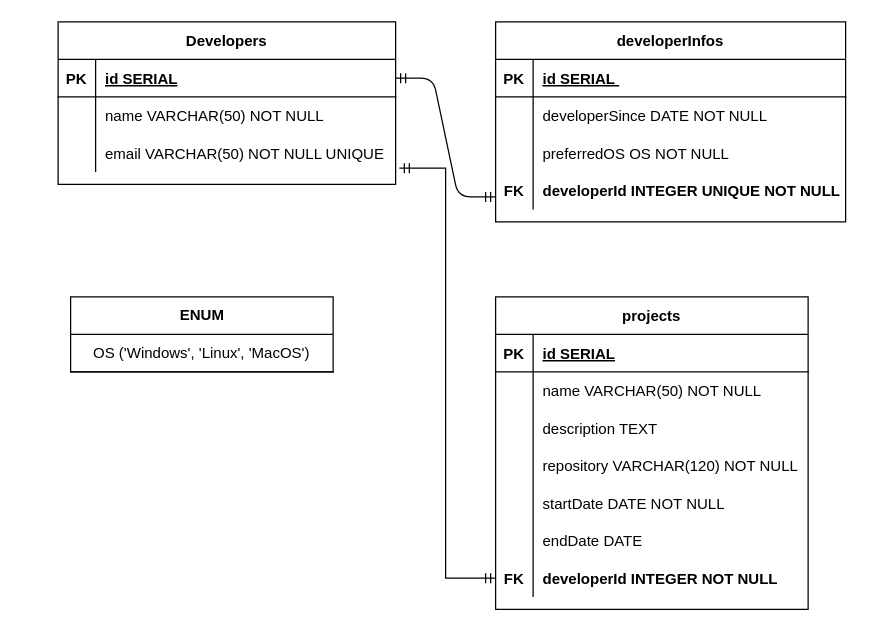
renanxr/git_kenzie_aula keeps this draw.io diagram as Diagrama sem nome.drawio. Above is the earlier version. Source tidied: cells renumbered, new cells numbered last; positions are measured from the earlier drawing's top-left corner, leaving out a move shared by most shapes. Both pictures are drawn from the tidied source at 125%, with x=0, y=0 at pixel (58, 21).
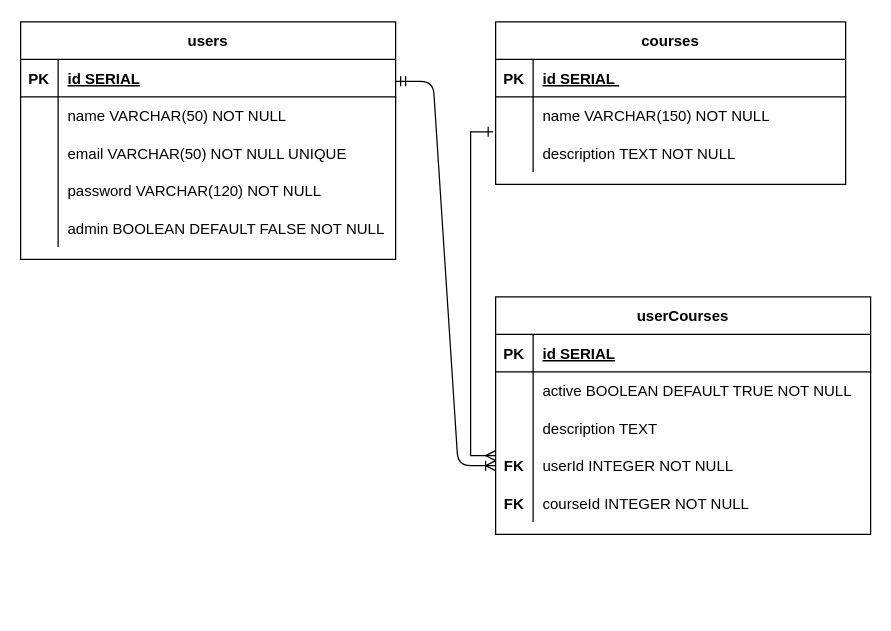
The same diagram, later.

The change refers to these unchanged cells:
```xml
<mxCell id="7" style="shape=partialRectangle;fillColor=none;top=0;left=0;right=0;bottom=0;" parent="3" vertex="1">
  <mxGeometry y="60" width="280" height="30" as="geometry" />
</mxCell>
<mxCell id="10" style="shape=partialRectangle;fillColor=none;points=[[0,0.5],[1,0.5]];portConstraint=eastwest;top=0;left=0;right=0;bottom=0;" parent="3" vertex="1">
  <mxGeometry y="90" width="280" height="30" as="geometry" />
</mxCell>
```

The edit, as a diff of the source:
```diff
@@
-    <mxCell id="2" style="edgeStyle=entityRelationEdgeStyle;endArrow=ERmandOne;startArrow=ERmandOne;endFill=0;startFill=0;exitX=1;exitY=0.5;exitDx=0;exitDy=0;" parent="1" edge="1" source="40">
+    <mxCell id="2" style="edgeStyle=entityRelationEdgeStyle;endArrow=ERoneToMany;startArrow=ERmandOne;endFill=0;startFill=0;exitX=1;exitY=0.5;exitDx=0;exitDy=0;entryX=0;entryY=0.5;entryDx=0;entryDy=0;" parent="1" edge="1" target="26">
       <mxGeometry relative="1" as="geometry">
-        <mxPoint x="350" y="140" as="targetPoint" />
+        <mxPoint x="270" y="47.5" as="sourcePoint" />
       </mxGeometry>
     </mxCell>
+    <mxCell id="52" style="edgeStyle=orthogonalEdgeStyle;rounded=0;jettySize=auto;html=1;entryX=0;entryY=0.233;entryDx=0;entryDy=0;entryPerimeter=0;exitX=-0.007;exitY=-0.067;exitDx=0;exitDy=0;exitPerimeter=0;startArrow=ERone;startFill=0;endArrow=ERmany;endFill=0;" parent="1" edge="1" source="10" target="26">
+      <mxGeometry relative="1" as="geometry">
+        <Array as="points">
+          <mxPoint x="330" y="88" />
+          <mxPoint x="330" y="347" />
+        </Array>
+      </mxGeometry>
+    </mxCell>
-    <mxCell id="3" value="developerInfos" style="shape=table;startSize=30;childLayout=tableLayout;rowLines=0;fontStyle=1;align=center;" parent="1" vertex="1">
-      <mxGeometry x="350" width="280" height="160" as="geometry" />
+    <mxCell id="3" value="courses" style="shape=table;startSize=30;childLayout=tableLayout;rowLines=0;fontStyle=1;align=center;" parent="1" vertex="1">
+      <mxGeometry x="350" width="280" height="130" as="geometry" />
     </mxCell>
@@
-    <mxCell id="9" value="developerSince DATE NOT NULL" style="shape=partialRectangle;overflow=hidden;fillColor=none;top=0;left=0;bottom=0;right=0;align=left;spacingLeft=6;" parent="7" vertex="1">
+    <mxCell id="9" value="name VARCHAR(150) NOT NULL" style="shape=partialRectangle;overflow=hidden;fillColor=none;top=0;left=0;bottom=0;right=0;align=left;spacingLeft=6;" parent="7" vertex="1">
       <mxGeometry x="30" width="250" height="30" as="geometry" />
     </mxCell>
@@
-    <mxCell id="12" value="preferredOS OS NOT NULL" style="shape=partialRectangle;overflow=hidden;fillColor=none;top=0;left=0;bottom=0;right=0;align=left;spacingLeft=6;" parent="10" vertex="1">
+    <mxCell id="12" value="description TEXT NOT NULL" style="shape=partialRectangle;overflow=hidden;fillColor=none;top=0;left=0;bottom=0;right=0;align=left;spacingLeft=6;" parent="10" vertex="1">
       <mxGeometry x="30" width="250" height="30" as="geometry" />
     </mxCell>
-    <mxCell id="13" style="shape=partialRectangle;fillColor=none;top=0;left=0;right=0;bottom=0;" parent="3" vertex="1">
-      <mxGeometry y="120" width="280" height="30" as="geometry" />
-    </mxCell>
-    <mxCell id="14" value="FK" style="shape=partialRectangle;overflow=hidden;fillColor=none;top=0;left=0;bottom=0;right=0;fontStyle=1;" parent="13" vertex="1">
-      <mxGeometry width="30" height="30" as="geometry" />
-    </mxCell>
-    <mxCell id="15" value="developerId INTEGER UNIQUE NOT NULL" style="shape=partialRectangle;overflow=hidden;fillColor=none;top=0;left=0;bottom=0;right=0;align=left;spacingLeft=6;fontStyle=1;" parent="13" vertex="1">
-      <mxGeometry x="30" width="250" height="30" as="geometry" />
-    </mxCell>
-    <mxCell id="16" value="projects" style="shape=table;startSize=30;childLayout=tableLayout;rowLines=0;fontStyle=1;align=center;" parent="1" vertex="1">
-      <mxGeometry x="350" y="220" width="250" height="250" as="geometry" />
+    <mxCell id="16" value="userCourses" style="shape=table;startSize=30;childLayout=tableLayout;rowLines=0;fontStyle=1;align=center;" parent="1" vertex="1">
+      <mxGeometry x="350" y="220" width="300" height="190" as="geometry" />
     </mxCell>
     <mxCell id="17" style="shape=partialRectangle;fillColor=none;top=0;left=0;right=0;bottom=1;" parent="16" vertex="1">
-      <mxGeometry y="30" width="250" height="30" as="geometry" />
+      <mxGeometry y="30" width="300" height="30" as="geometry" />
     </mxCell>
@@
     <mxCell id="19" value="id SERIAL " style="shape=partialRectangle;overflow=hidden;fillColor=none;top=0;left=0;bottom=0;right=0;align=left;spacingLeft=6;fontStyle=5;" parent="17" vertex="1">
-      <mxGeometry x="30" width="220" height="30" as="geometry" />
+      <mxGeometry x="30" width="270" height="30" as="geometry" />
     </mxCell>
     <mxCell id="20" style="shape=partialRectangle;fillColor=none;top=0;left=0;right=0;bottom=0;" parent="16" vertex="1">
-      <mxGeometry y="60" width="250" height="30" as="geometry" />
+      <mxGeometry y="60" width="300" height="30" as="geometry" />
     </mxCell>
@@
-    <mxCell id="22" value="name VARCHAR(50) NOT NULL" style="shape=partialRectangle;overflow=hidden;fillColor=none;top=0;left=0;bottom=0;right=0;align=left;spacingLeft=6;" parent="20" vertex="1">
-      <mxGeometry x="30" width="220" height="30" as="geometry" />
+    <mxCell id="22" value="active BOOLEAN DEFAULT TRUE NOT NULL" style="shape=partialRectangle;overflow=hidden;fillColor=none;top=0;left=0;bottom=0;right=0;align=left;spacingLeft=6;" parent="20" vertex="1">
+      <mxGeometry x="30" width="270" height="30" as="geometry" />
     </mxCell>
     <mxCell id="23" style="shape=partialRectangle;fillColor=none;top=0;left=0;right=0;bottom=0;" parent="16" vertex="1">
-      <mxGeometry y="90" width="250" height="30" as="geometry" />
+      <mxGeometry y="90" width="300" height="30" as="geometry" />
     </mxCell>
@@
     <mxCell id="25" value="description TEXT" style="shape=partialRectangle;overflow=hidden;fillColor=none;top=0;left=0;bottom=0;right=0;align=left;spacingLeft=6;" parent="23" vertex="1">
-      <mxGeometry x="30" width="220" height="30" as="geometry" />
+      <mxGeometry x="30" width="270" height="30" as="geometry" />
     </mxCell>
     <mxCell id="26" style="shape=partialRectangle;fillColor=none;points=[[0,0.5],[1,0.5]];portConstraint=eastwest;top=0;left=0;right=0;bottom=0;" parent="16" vertex="1">
-      <mxGeometry y="120" width="250" height="30" as="geometry" />
+      <mxGeometry y="120" width="300" height="30" as="geometry" />
     </mxCell>
-    <mxCell id="27" style="shape=partialRectangle;overflow=hidden;fillColor=none;top=0;left=0;bottom=0;right=0;" parent="26" vertex="1">
+    <mxCell id="27" value="FK" style="shape=partialRectangle;overflow=hidden;fillColor=none;top=0;left=0;bottom=0;right=0;fontStyle=1;" parent="26" vertex="1">
       <mxGeometry width="30" height="30" as="geometry" />
     </mxCell>
-    <mxCell id="28" value="repository VARCHAR(120) NOT NULL" style="shape=partialRectangle;overflow=hidden;fillColor=none;top=0;left=0;bottom=0;right=0;align=left;spacingLeft=6;" parent="26" vertex="1">
-      <mxGeometry x="30" width="220" height="30" as="geometry" />
+    <mxCell id="28" value="userId INTEGER NOT NULL" style="shape=partialRectangle;overflow=hidden;fillColor=none;top=0;left=0;bottom=0;right=0;align=left;spacingLeft=6;" parent="26" vertex="1">
+      <mxGeometry x="30" width="270" height="30" as="geometry" />
     </mxCell>
     <mxCell id="29" style="shape=partialRectangle;fillColor=none;top=0;left=0;right=0;bottom=0;" parent="16" vertex="1">
-      <mxGeometry y="150" width="250" height="30" as="geometry" />
+      <mxGeometry y="150" width="300" height="30" as="geometry" />
     </mxCell>
-    <mxCell id="30" style="shape=partialRectangle;overflow=hidden;fillColor=none;top=0;left=0;bottom=0;right=0;" parent="29" vertex="1">
+    <mxCell id="30" value="FK" style="shape=partialRectangle;overflow=hidden;fillColor=none;top=0;left=0;bottom=0;right=0;fontStyle=1;" parent="29" vertex="1">
       <mxGeometry width="30" height="30" as="geometry" />
     </mxCell>
-    <mxCell id="31" value="startDate DATE NOT NULL" style="shape=partialRectangle;overflow=hidden;fillColor=none;top=0;left=0;bottom=0;right=0;align=left;spacingLeft=6;" parent="29" vertex="1">
-      <mxGeometry x="30" width="220" height="30" as="geometry" />
+    <mxCell id="31" value="courseId INTEGER NOT NULL" style="shape=partialRectangle;overflow=hidden;fillColor=none;top=0;left=0;bottom=0;right=0;align=left;spacingLeft=6;" parent="29" vertex="1">
+      <mxGeometry x="30" width="270" height="30" as="geometry" />
     </mxCell>
-    <mxCell id="32" style="shape=partialRectangle;fillColor=none;top=0;left=0;right=0;bottom=0;" parent="16" vertex="1">
-      <mxGeometry y="180" width="250" height="30" as="geometry" />
-    </mxCell>
-    <mxCell id="33" style="shape=partialRectangle;overflow=hidden;fillColor=none;top=0;left=0;bottom=0;right=0;" parent="32" vertex="1">
-      <mxGeometry width="30" height="30" as="geometry" />
-    </mxCell>
-    <mxCell id="34" value="endDate DATE" style="shape=partialRectangle;overflow=hidden;fillColor=none;top=0;left=0;bottom=0;right=0;align=left;spacingLeft=6;" parent="32" vertex="1">
-      <mxGeometry x="30" width="220" height="30" as="geometry" />
-    </mxCell>
-    <mxCell id="35" style="shape=partialRectangle;fillColor=none;points=[[0,0.5],[1,0.5]];portConstraint=eastwest;top=0;left=0;right=0;bottom=0;" parent="16" vertex="1">
-      <mxGeometry y="210" width="250" height="30" as="geometry" />
-    </mxCell>
-    <mxCell id="36" value="FK" style="shape=partialRectangle;overflow=hidden;fillColor=none;top=0;left=0;bottom=0;right=0;fontStyle=1;" parent="35" vertex="1">
-      <mxGeometry width="30" height="30" as="geometry" />
-    </mxCell>
-    <mxCell id="37" value="developerId INTEGER NOT NULL" style="shape=partialRectangle;overflow=hidden;fillColor=none;top=0;left=0;bottom=0;right=0;align=left;spacingLeft=6;fontStyle=1;" parent="35" vertex="1">
-      <mxGeometry x="30" width="220" height="30" as="geometry" />
-    </mxCell>
-    <mxCell id="38" style="edgeStyle=orthogonalEdgeStyle;rounded=0;jettySize=auto;html=1;exitX=1.011;exitY=0.9;exitDx=0;exitDy=0;entryX=0;entryY=0.5;entryDx=0;entryDy=0;fontFamily=Helvetica;fontSize=12;fontColor=default;startSize=6;startArrow=ERmandOne;startFill=0;endArrow=ERmandOne;endFill=0;exitPerimeter=0;" parent="1" edge="1" source="46" target="35">
+    <mxCell id="38" style="edgeStyle=orthogonalEdgeStyle;rounded=0;jettySize=auto;html=1;exitX=1.011;exitY=0.9;exitDx=0;exitDy=0;entryX=0;entryY=0.5;entryDx=0;entryDy=0;fontFamily=Helvetica;fontSize=12;fontColor=default;startSize=6;startArrow=ERmandOne;startFill=0;endArrow=ERmandOne;endFill=0;exitPerimeter=0;" parent="1" edge="1" source="46">
       <mxGeometry relative="1" as="geometry" />
     </mxCell>
-    <mxCell id="39" value="Developers" style="shape=table;startSize=30;childLayout=tableLayout;rowLines=0;fontStyle=1;align=center;" parent="1" vertex="1">
-      <mxGeometry width="270" height="130" as="geometry" />
+    <mxCell id="39" value="users" style="shape=table;startSize=30;childLayout=tableLayout;rowLines=0;fontStyle=1;align=center;" parent="1" vertex="1">
+      <mxGeometry x="-30" width="300" height="190" as="geometry" />
     </mxCell>
     <mxCell id="40" style="shape=partialRectangle;fillColor=none;points=[[0,0.5],[1,0.5]];portConstraint=eastwest;top=0;left=0;right=0;bottom=1;" parent="39" vertex="1">
-      <mxGeometry y="30" width="270" height="30" as="geometry" />
+      <mxGeometry y="30" width="300" height="30" as="geometry" />
     </mxCell>
@@
     <mxCell id="42" value="id SERIAL" style="shape=partialRectangle;overflow=hidden;fillColor=none;top=0;left=0;bottom=0;right=0;align=left;spacingLeft=6;fontStyle=5;" parent="40" vertex="1">
-      <mxGeometry x="30" width="240" height="30" as="geometry" />
+      <mxGeometry x="30" width="270" height="30" as="geometry" />
     </mxCell>
     <mxCell id="43" style="shape=partialRectangle;fillColor=none;top=0;left=0;right=0;bottom=0;" parent="39" vertex="1">
-      <mxGeometry y="60" width="270" height="30" as="geometry" />
+      <mxGeometry y="60" width="300" height="30" as="geometry" />
     </mxCell>
@@
     <mxCell id="45" value="name VARCHAR(50) NOT NULL" style="shape=partialRectangle;overflow=hidden;fillColor=none;top=0;left=0;bottom=0;right=0;align=left;spacingLeft=6;" parent="43" vertex="1">
-      <mxGeometry x="30" width="240" height="30" as="geometry" />
+      <mxGeometry x="30" width="270" height="30" as="geometry" />
     </mxCell>
     <mxCell id="46" style="shape=partialRectangle;fillColor=none;points=[[0,0.5],[1,0.5]];portConstraint=eastwest;top=0;left=0;right=0;bottom=0;" parent="39" vertex="1">
-      <mxGeometry y="90" width="270" height="30" as="geometry" />
+      <mxGeometry y="90" width="300" height="30" as="geometry" />
     </mxCell>
@@
     <mxCell id="48" value="email VARCHAR(50) NOT NULL UNIQUE" style="shape=partialRectangle;overflow=hidden;fillColor=none;top=0;left=0;bottom=0;right=0;align=left;spacingLeft=6;" parent="46" vertex="1">
-      <mxGeometry x="30" width="240" height="30" as="geometry" />
+      <mxGeometry x="30" width="270" height="30" as="geometry" />
     </mxCell>
-    <mxCell id="49" value="ENUM" style="shape=table;startSize=30;childLayout=tableLayout;rowLines=0;fontStyle=1;align=center;html=1;strokeColor=default;fontFamily=Helvetica;fontSize=12;fontColor=default;fillColor=default;" parent="1" vertex="1">
-      <mxGeometry x="10" y="220" width="210" height="60" as="geometry" />
-    </mxCell>
-    <mxCell id="50" style="shape=tableRow;horizontal=0;startSize=0;swimlaneHead=0;swimlaneBody=0;fillColor=none;top=0;left=0;right=0;bottom=1;strokeColor=default;fontFamily=Helvetica;fontSize=12;fontColor=default;" parent="49" vertex="1">
-      <mxGeometry y="30" width="210" height="30" as="geometry" />
-    </mxCell>
-    <mxCell id="51" value="&lt;div style=&quot;&quot;&gt;&lt;span style=&quot;font-weight: normal; background-color: initial;&quot;&gt;&amp;nbsp;OS&amp;nbsp;('Windows', 'Linux', 'MacOS')&amp;nbsp;&lt;/span&gt;&lt;/div&gt;" style="shape=partialRectangle;fillColor=none;top=0;left=0;bottom=0;right=0;fontStyle=1;overflow=hidden;whiteSpace=wrap;html=1;strokeColor=default;fontFamily=Helvetica;fontSize=12;fontColor=default;startSize=30;align=center;" parent="50" vertex="1">
-      <mxGeometry width="210" height="30" as="geometry" />
-    </mxCell>
+    <mxCell id="53" style="shape=partialRectangle;fillColor=none;top=0;left=0;right=0;bottom=0;" parent="39" vertex="1">
+      <mxGeometry y="120" width="300" height="30" as="geometry" />
+    </mxCell>
+    <mxCell id="54" style="shape=partialRectangle;overflow=hidden;fillColor=none;top=0;left=0;bottom=0;right=0;" parent="53" vertex="1">
+      <mxGeometry width="30" height="30" as="geometry" />
+    </mxCell>
+    <mxCell id="55" value="password VARCHAR(120) NOT NULL" style="shape=partialRectangle;overflow=hidden;fillColor=none;top=0;left=0;bottom=0;right=0;align=left;spacingLeft=6;" parent="53" vertex="1">
+      <mxGeometry x="30" width="270" height="30" as="geometry" />
+    </mxCell>
+    <mxCell id="56" style="shape=partialRectangle;fillColor=none;top=0;left=0;right=0;bottom=0;" parent="39" vertex="1">
+      <mxGeometry y="150" width="300" height="30" as="geometry" />
+    </mxCell>
+    <mxCell id="57" style="shape=partialRectangle;overflow=hidden;fillColor=none;top=0;left=0;bottom=0;right=0;" parent="56" vertex="1">
+      <mxGeometry width="30" height="30" as="geometry" />
+    </mxCell>
+    <mxCell id="58" value="admin BOOLEAN DEFAULT FALSE NOT NULL" style="shape=partialRectangle;overflow=hidden;fillColor=none;top=0;left=0;bottom=0;right=0;align=left;spacingLeft=6;" parent="56" vertex="1">
+      <mxGeometry x="30" width="270" height="30" as="geometry" />
+    </mxCell>
```
